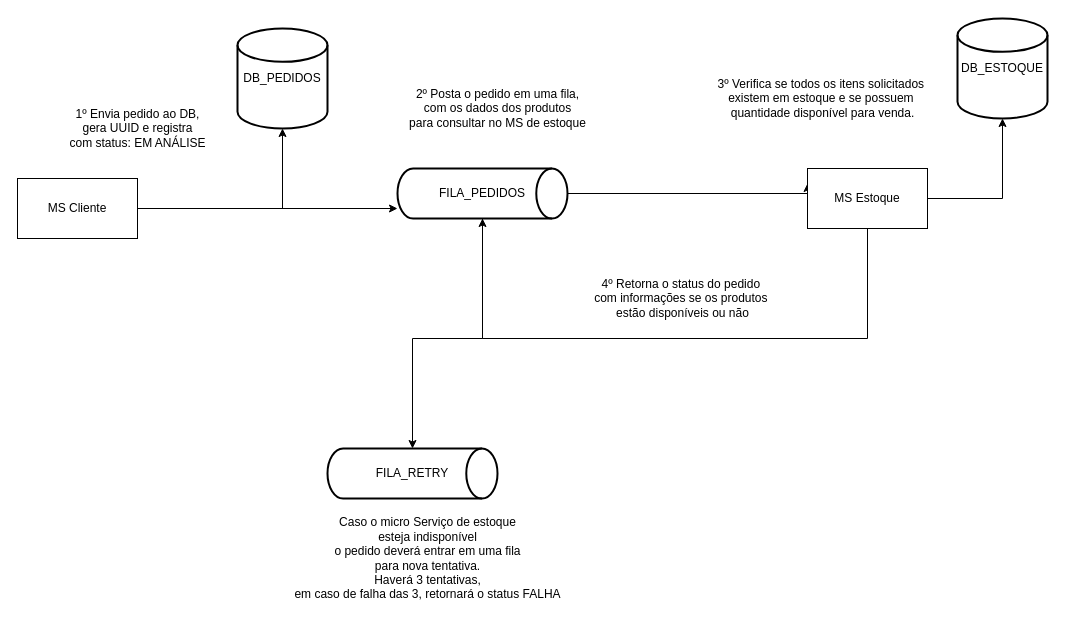
Before: SISTEMA DE PEDIDO.drawio in Rafa-Moura/draw, a draw.io diagram. Source tidied: cells renumbered, new cells numbered last; positions are measured from the earlier drawing's top-left corner, leaving out a move shared by most shapes. Both pictures are drawn from the tidied source at 100%, with x=0, y=0 at pixel (17, 18).
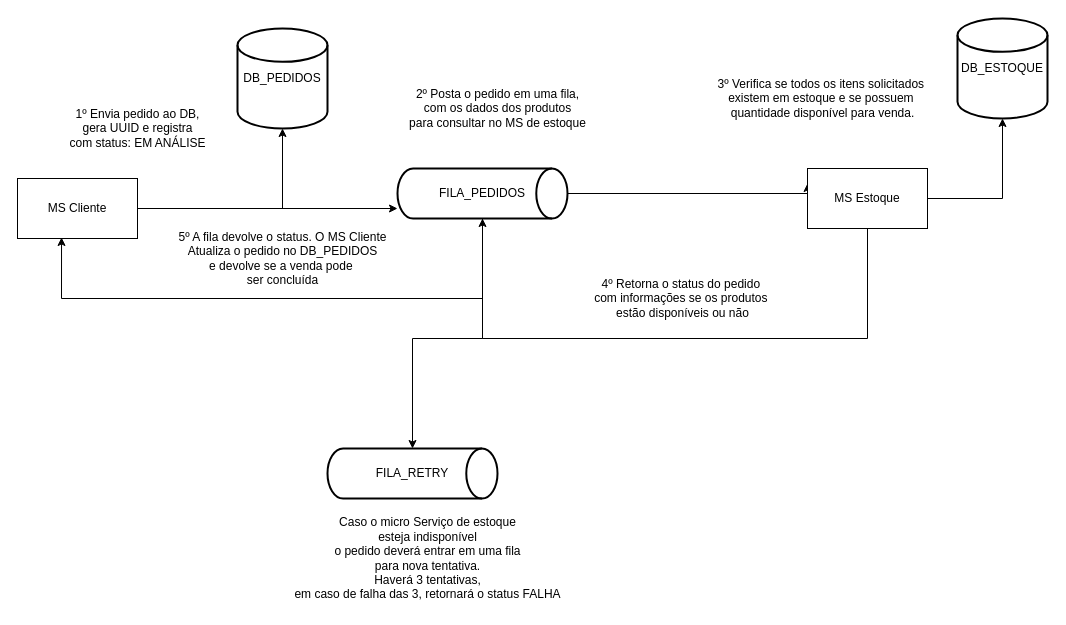
The same diagram, later.

The change refers to these unchanged cells:
```xml
<mxCell id="4" value="MS Cliente" style="rounded=0;whiteSpace=wrap;html=1;" parent="1" vertex="1">
  <mxGeometry y="160" width="120" height="60" as="geometry" />
</mxCell>
<mxCell id="8" value="FILA_PEDIDOS" style="strokeWidth=2;html=1;shape=mxgraph.flowchart.direct_data;whiteSpace=wrap;align=center;" parent="1" vertex="1">
  <mxGeometry x="380" y="150" width="170" height="50" as="geometry" />
</mxCell>
```

The edit, as a diff of the source:
```diff
@@
+    <mxCell id="19" style="edgeStyle=orthogonalEdgeStyle;rounded=0;jettySize=auto;html=1;entryX=0.367;entryY=0.983;entryDx=0;entryDy=0;entryPerimeter=0;" parent="1" edge="1" source="8" target="4">
+      <mxGeometry relative="1" as="geometry">
+        <Array as="points">
+          <mxPoint x="465" y="280" />
+          <mxPoint x="44" y="280" />
+        </Array>
+      </mxGeometry>
+    </mxCell>
@@
+    <mxCell id="20" value="5º A fila devolve o status. O MS Cliente&lt;br&gt;Atualiza o pedido no DB_PEDIDOS&lt;br&gt;e devolve se a venda pode&amp;nbsp;&lt;br&gt;ser concluída" style="text;html=1;align=center;verticalAlign=middle;strokeColor=none;fillColor=none;" parent="1" vertex="1">
+      <mxGeometry x="150" y="205" width="230" height="70" as="geometry" />
+    </mxCell>
```
